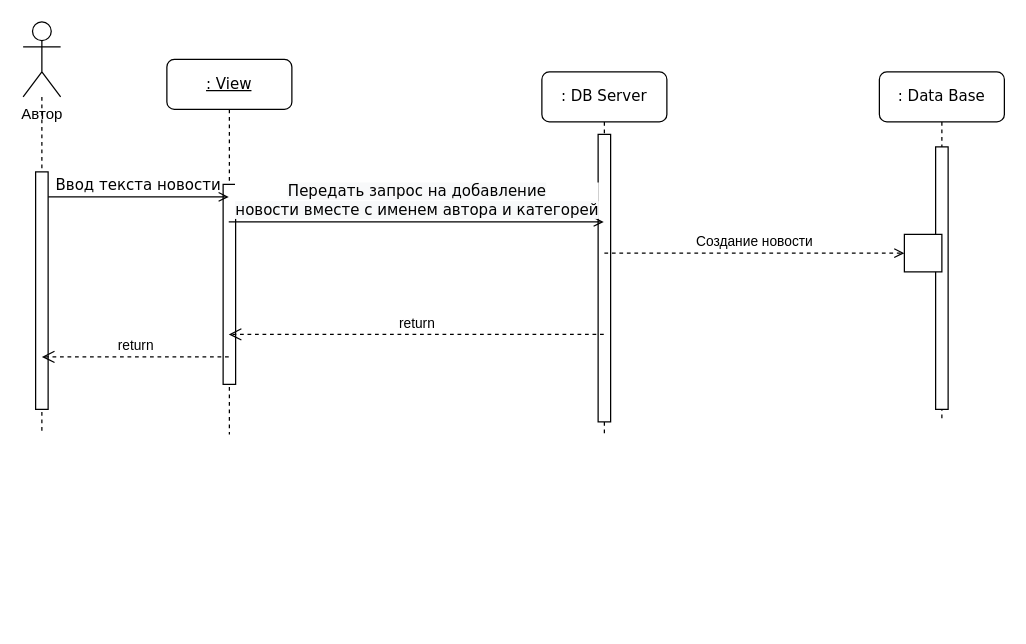
Above: lab/lab1/UML_Squance_daigram.drawio in krista-architecture-po-2021/Samikov_and_Nikitin (draw.io), before the change. Source tidied: cells renumbered, new cells numbered last; positions are measured from the earlier drawing's top-left corner, leaving out a move shared by most shapes. Both pictures are drawn from the tidied source at 125%, with x=0, y=0 at pixel (22, 21).
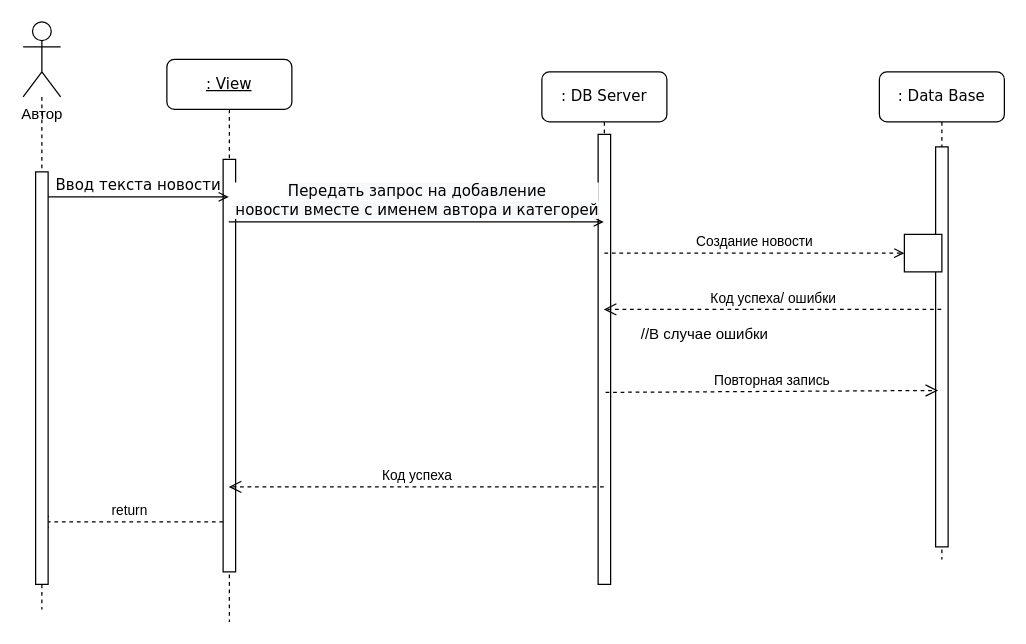
The same diagram, later.

Commit message:
+UML coop and squance updated

Unchanged cells that the change refers to:
```xml
<mxCell id="9" value="Автор" style="shape=umlActor;verticalLabelPosition=bottom;verticalAlign=top;html=1;outlineConnect=0;" parent="1" vertex="1">
  <mxGeometry width="30" height="60" as="geometry" />
</mxCell>
```

What changed in the source:
```diff
@@
     <mxCell id="2" style="edgeStyle=orthogonalEdgeStyle;rounded=0;jettySize=auto;html=1;endArrow=none;endFill=0;dashed=1;" parent="1" edge="1" source="9">
       <mxGeometry relative="1" as="geometry">
-        <mxPoint x="15" y="330" as="targetPoint" />
+        <mxPoint x="15" y="470" as="targetPoint" />
       </mxGeometry>
     </mxCell>
     <mxCell id="3" value="&lt;u&gt;: View&lt;/u&gt;" style="shape=umlLifeline;perimeter=lifelinePerimeter;whiteSpace=wrap;html=1;outlineConnect=0;rounded=1;shadow=0;comic=0;labelBackgroundColor=none;strokeWidth=1;fontFamily=Verdana;fontSize=12;align=center;" parent="1" vertex="1">
-      <mxGeometry x="115" y="30" width="100" height="300" as="geometry" />
+      <mxGeometry x="115" y="30" width="100" height="450" as="geometry" />
     </mxCell>
     <mxCell id="4" style="html=1;perimeter=orthogonalPerimeter;rounded=0;shadow=0;comic=0;labelBackgroundColor=none;strokeWidth=1;fontFamily=Verdana;fontSize=12;align=center;" parent="3" vertex="1">
-      <mxGeometry x="45" y="100" width="10" height="160" as="geometry" />
+      <mxGeometry x="45" y="80" width="10" height="330" as="geometry" />
     </mxCell>
+    <mxCell id="16" value="return" style="html=1;verticalAlign=bottom;endArrow=open;dashed=1;endSize=8;rounded=0;" parent="3" edge="1">
+      <mxGeometry relative="1" as="geometry">
+        <mxPoint x="45" y="370" as="sourcePoint" />
+        <mxPoint x="-104.5" y="370" as="targetPoint" />
+      </mxGeometry>
+    </mxCell>
     <mxCell id="5" value=": DB Server" style="shape=umlLifeline;perimeter=lifelinePerimeter;whiteSpace=wrap;html=1;outlineConnect=0;rounded=1;shadow=0;comic=0;labelBackgroundColor=none;strokeWidth=1;fontFamily=Verdana;fontSize=12;align=center;" parent="1" vertex="1">
-      <mxGeometry x="415" y="40" width="100" height="290" as="geometry" />
+      <mxGeometry x="415" y="40" width="100" height="410" as="geometry" />
     </mxCell>
     <mxCell id="6" style="html=1;perimeter=orthogonalPerimeter;rounded=0;shadow=0;comic=0;labelBackgroundColor=none;strokeWidth=1;fontFamily=Verdana;fontSize=12;align=center;" parent="5" vertex="1">
-      <mxGeometry x="45" y="50" width="10" height="230" as="geometry" />
+      <mxGeometry x="45" y="50" width="10" height="360" as="geometry" />
     </mxCell>
@@
     <mxCell id="8" style="html=1;points=[];perimeter=orthogonalPerimeter;rounded=0;shadow=0;comic=0;labelBackgroundColor=none;strokeWidth=1;fontFamily=Verdana;fontSize=12;align=center;" parent="1" vertex="1">
-      <mxGeometry x="10" y="120" width="10" height="190" as="geometry" />
+      <mxGeometry x="10" y="120" width="10" height="330" as="geometry" />
     </mxCell>
@@
     <mxCell id="11" value=": Data Base" style="shape=umlLifeline;perimeter=lifelinePerimeter;whiteSpace=wrap;html=1;outlineConnect=0;rounded=1;shadow=0;comic=0;labelBackgroundColor=none;strokeWidth=1;fontFamily=Verdana;fontSize=12;align=center;" parent="1" vertex="1">
-      <mxGeometry x="685" y="40" width="100" height="280" as="geometry" />
+      <mxGeometry x="685" y="40" width="100" height="390" as="geometry" />
     </mxCell>
     <mxCell id="12" style="html=1;points=[];perimeter=orthogonalPerimeter;rounded=0;shadow=0;comic=0;labelBackgroundColor=none;strokeWidth=1;fontFamily=Verdana;fontSize=12;align=center;" parent="11" vertex="1">
-      <mxGeometry x="45" y="60" width="10" height="210" as="geometry" />
+      <mxGeometry x="45" y="60" width="10" height="320" as="geometry" />
     </mxCell>
@@
-    <mxCell id="15" value="return" style="html=1;verticalAlign=bottom;endArrow=open;dashed=1;endSize=8;rounded=0;" parent="1" edge="1" source="5" target="3">
+    <mxCell id="15" value="Код успеха" style="html=1;verticalAlign=bottom;endArrow=open;dashed=1;endSize=8;rounded=0;" parent="1" edge="1">
       <mxGeometry relative="1" as="geometry">
+        <mxPoint x="464.5" y="372" as="sourcePoint" />
+        <mxPoint x="164.5" y="372" as="targetPoint" />
         <Array as="points">
-          <mxPoint x="325" y="250" />
+          <mxPoint x="325" y="372" />
         </Array>
       </mxGeometry>
     </mxCell>
-    <mxCell id="16" value="return" style="html=1;verticalAlign=bottom;endArrow=open;dashed=1;endSize=8;rounded=0;" parent="1" edge="1">
-      <mxGeometry relative="1" as="geometry">
-        <mxPoint x="164.5" y="268" as="sourcePoint" />
-        <mxPoint x="15" y="268" as="targetPoint" />
-      </mxGeometry>
-    </mxCell>
+    <mxCell id="17" value="Код успеха/ ошибки" style="html=1;verticalAlign=bottom;endArrow=open;dashed=1;endSize=8;rounded=0;" parent="1" edge="1" source="11" target="5">
+      <mxGeometry relative="1" as="geometry">
+        <Array as="points">
+          <mxPoint x="586" y="230" />
+        </Array>
+      </mxGeometry>
+    </mxCell>
+    <mxCell id="18" value="Повторная запись" style="html=1;verticalAlign=bottom;endArrow=open;dashed=1;endSize=8;rounded=0;exitX=0.6;exitY=0.826;exitDx=0;exitDy=0;exitPerimeter=0;entryX=0.2;entryY=0.609;entryDx=0;entryDy=0;entryPerimeter=0;" parent="1" edge="1" target="12">
+      <mxGeometry relative="1" as="geometry">
+        <mxPoint x="466" y="296.4" as="sourcePoint" />
+      </mxGeometry>
+    </mxCell>
+    <mxCell id="19" value="//В случае ошибки" style="text;html=1;align=center;verticalAlign=middle;strokeColor=none;fillColor=none;" parent="1" vertex="1">
+      <mxGeometry x="485" y="240" width="120" height="20" as="geometry" />
+    </mxCell>
```
